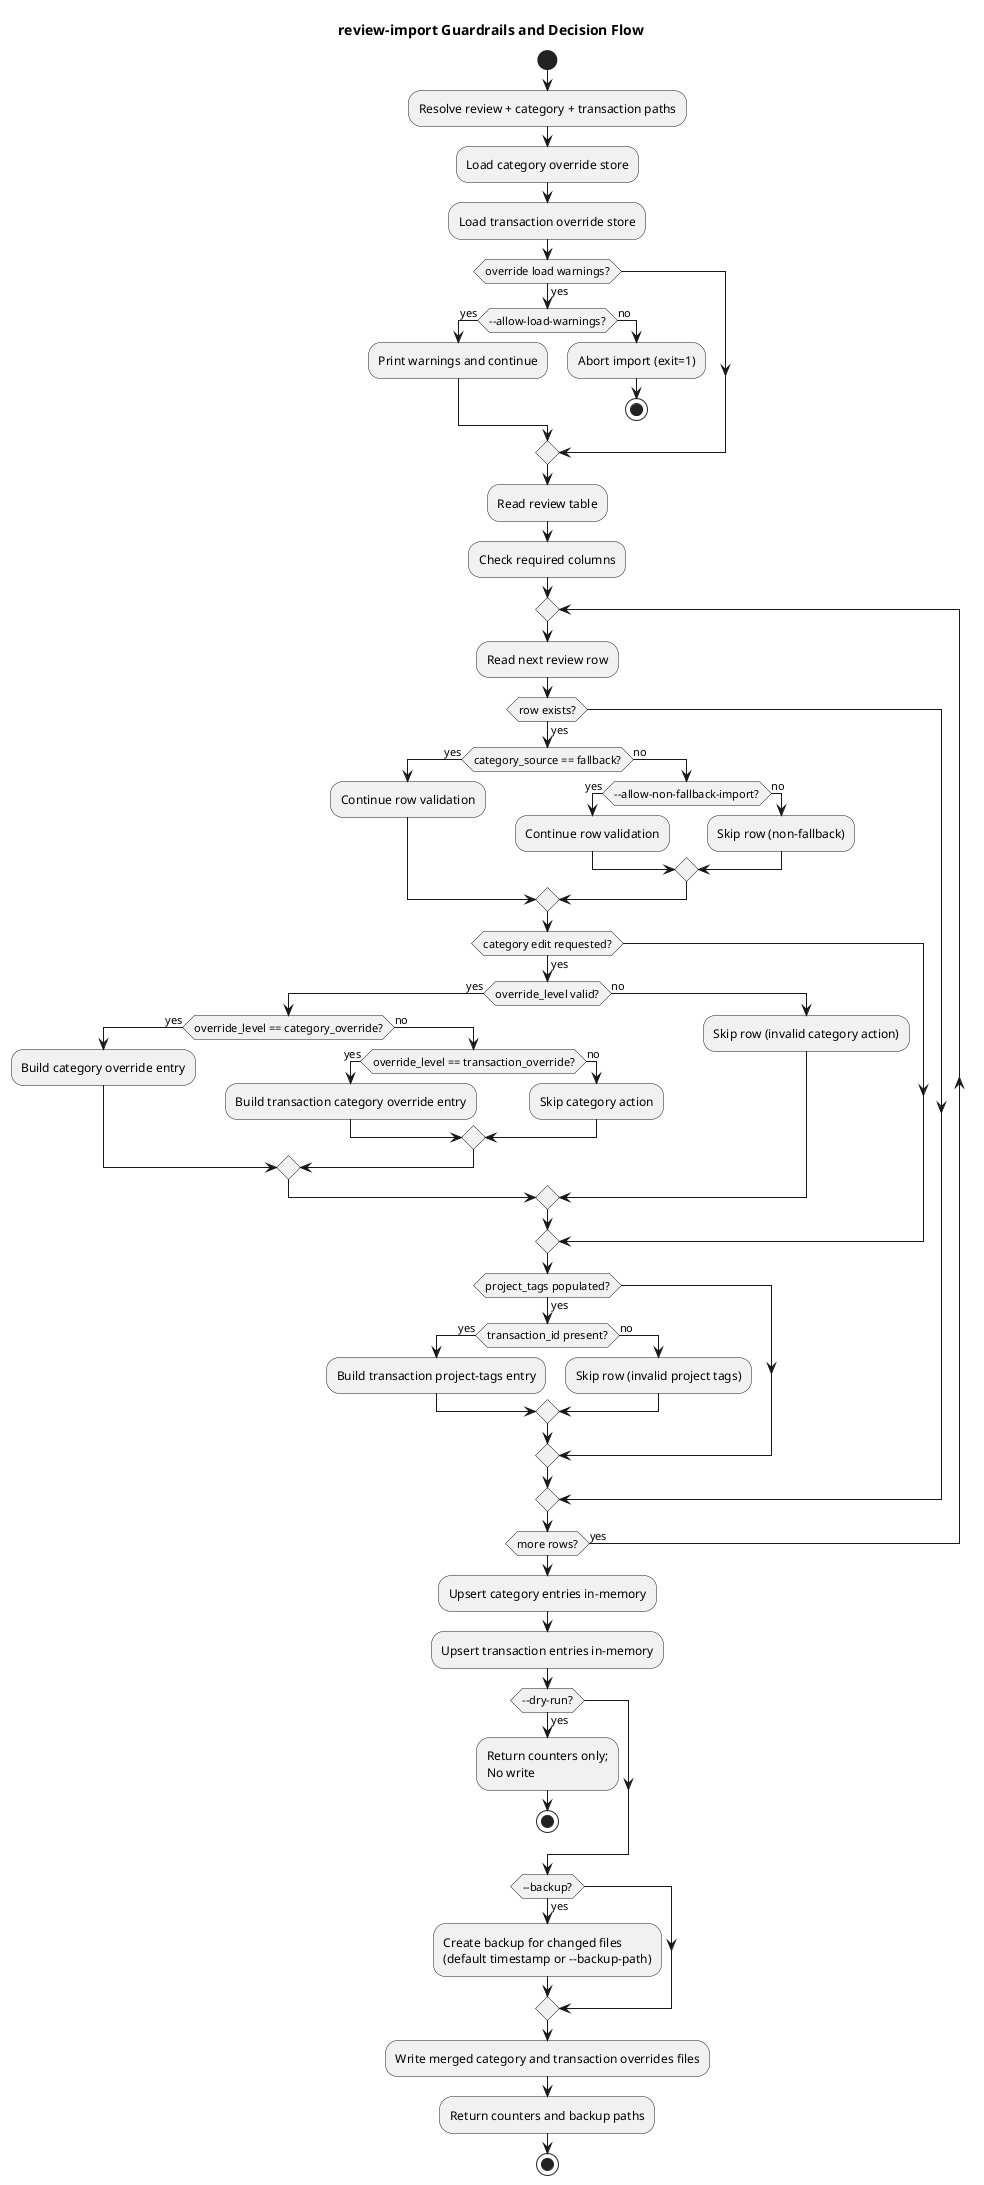
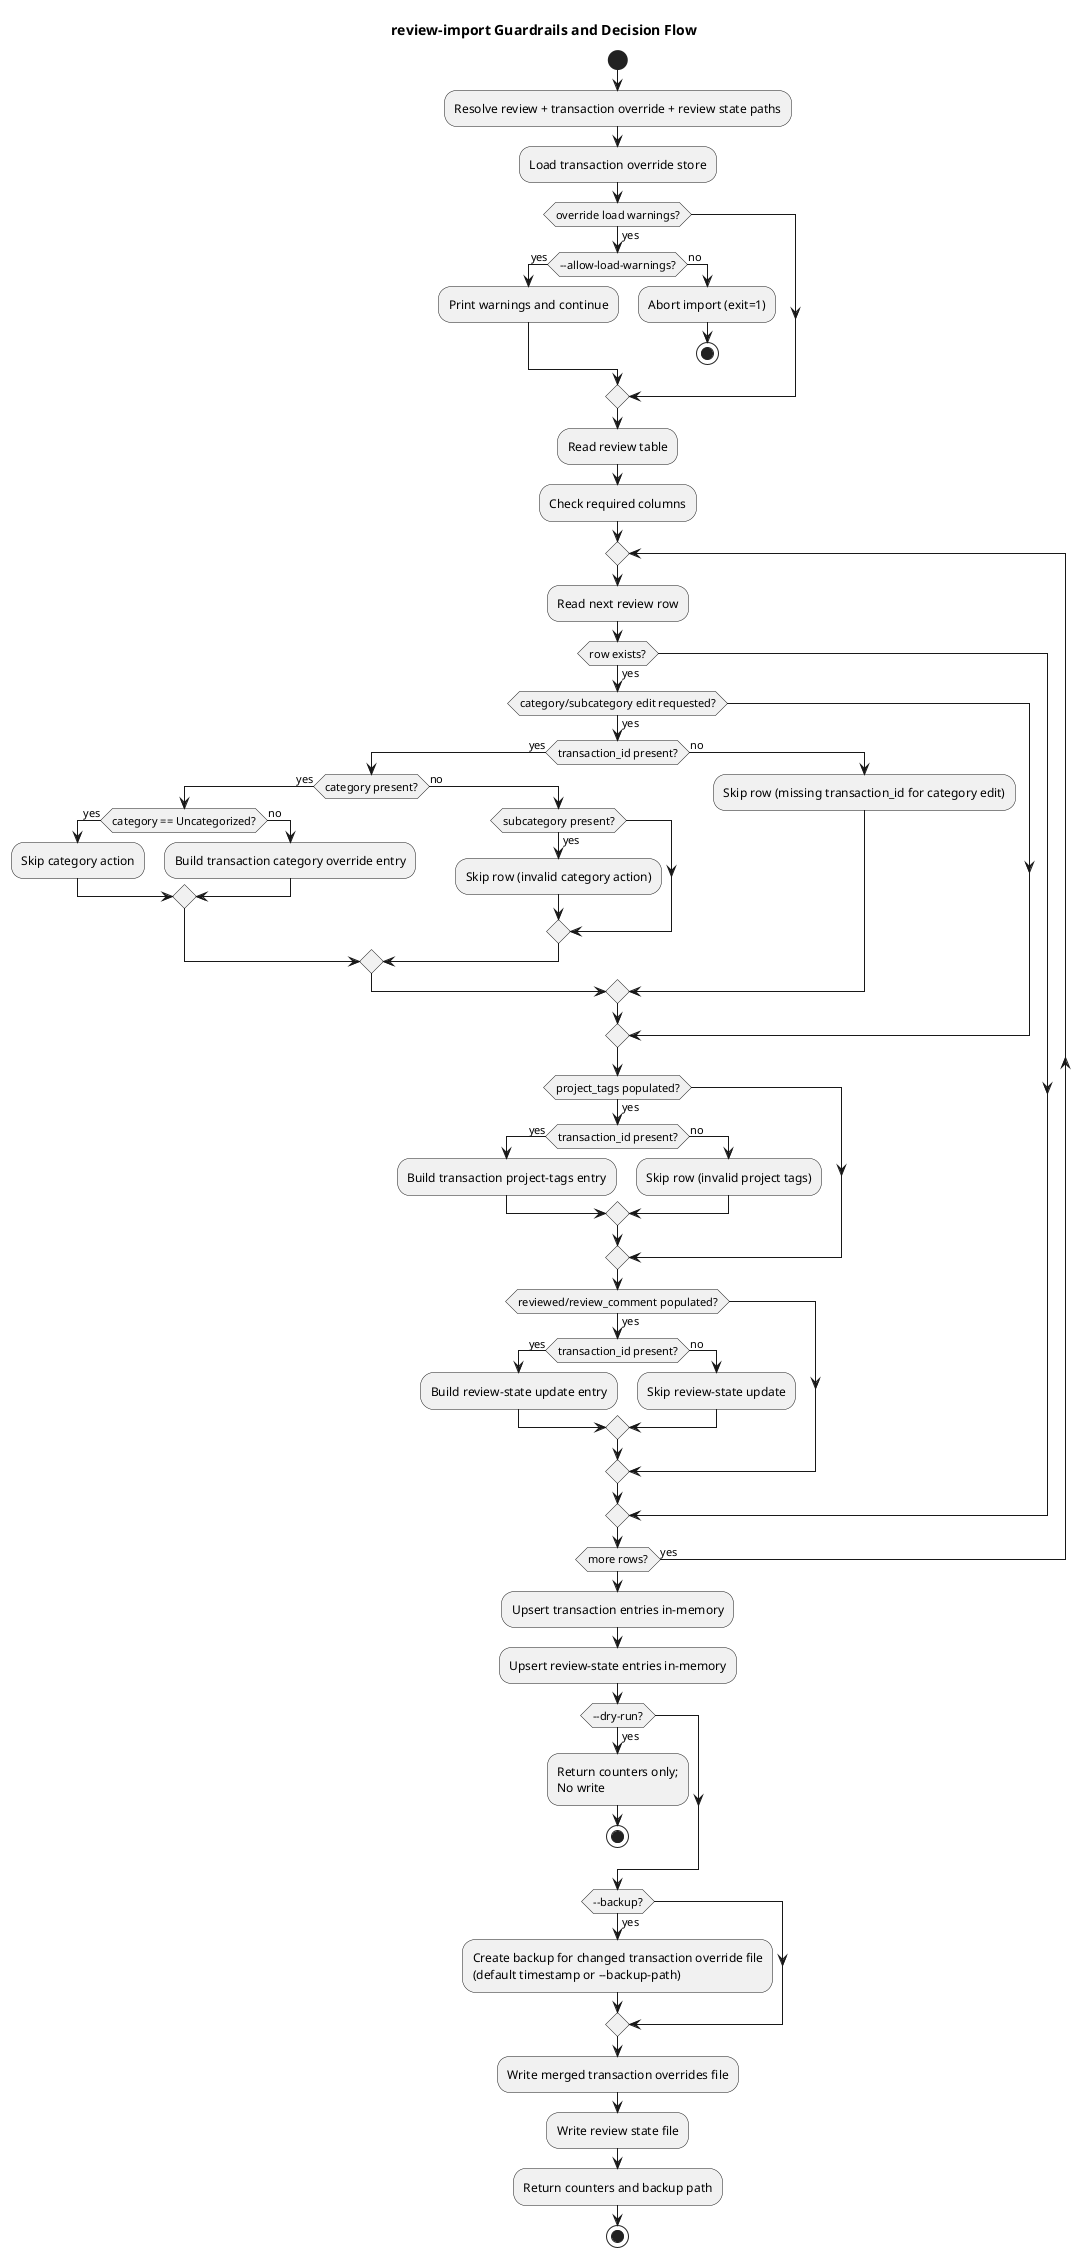
@startuml
title review-import Guardrails and Decision Flow

start
- :Resolve review + category + transaction paths;
- :Load category override store;
+ :Resolve review + transaction override + review state paths;
:Load transaction override store;

if (override load warnings?) then (yes)
  if (--allow-load-warnings?) then (yes)
    :Print warnings and continue;
  else (no)
    :Abort import (exit=1);
    stop
  endif
endif

:Read review table;
:Check required columns;

repeat
  :Read next review row;
  if (row exists?) then (yes)
-     if (category_source == fallback?) then (yes)
-       :Continue row validation;
-     else (no)
-       if (--allow-non-fallback-import?) then (yes)
-         :Continue row validation;
-       else (no)
-         :Skip row (non-fallback);
-       endif
-     endif
-     if (category edit requested?) then (yes)
-       if (override_level valid?) then (yes)
-         if (override_level == category_override?) then (yes)
-           :Build category override entry;
+     if (category/subcategory edit requested?) then (yes)
+       if (transaction_id present?) then (yes)
+         if (category present?) then (yes)
+           if (category == Uncategorized?) then (yes)
+             :Skip category action;
+           else (no)
+             :Build transaction category override entry;
+           endif
        else (no)
-           if (override_level == transaction_override?) then (yes)
-             :Build transaction category override entry;
-           else (no)
-             :Skip category action;
+           if (subcategory present?) then (yes)
+             :Skip row (invalid category action);
          endif
        endif
      else (no)
-         :Skip row (invalid category action);
+         :Skip row (missing transaction_id for category edit);
      endif
    endif

    if (project_tags populated?) then (yes)
      if (transaction_id present?) then (yes)
        :Build transaction project-tags entry;
      else (no)
        :Skip row (invalid project tags);
      endif
    endif
+ 
+     if (reviewed/review_comment populated?) then (yes)
+       if (transaction_id present?) then (yes)
+         :Build review-state update entry;
+       else (no)
+         :Skip review-state update;
+       endif
+     endif
  endif
repeat while (more rows?) is (yes)

- :Upsert category entries in-memory;
:Upsert transaction entries in-memory;
+ :Upsert review-state entries in-memory;
if (--dry-run?) then (yes)
  :Return counters only;\nNo write;
  stop
endif

if (--backup?) then (yes)
-   :Create backup for changed files\n(default timestamp or --backup-path);
+   :Create backup for changed transaction override file\n(default timestamp or --backup-path);
endif

- :Write merged category and transaction overrides files;
- :Return counters and backup paths;
+ :Write merged transaction overrides file;
+ :Write review state file;
+ :Return counters and backup path;
stop

@enduml
